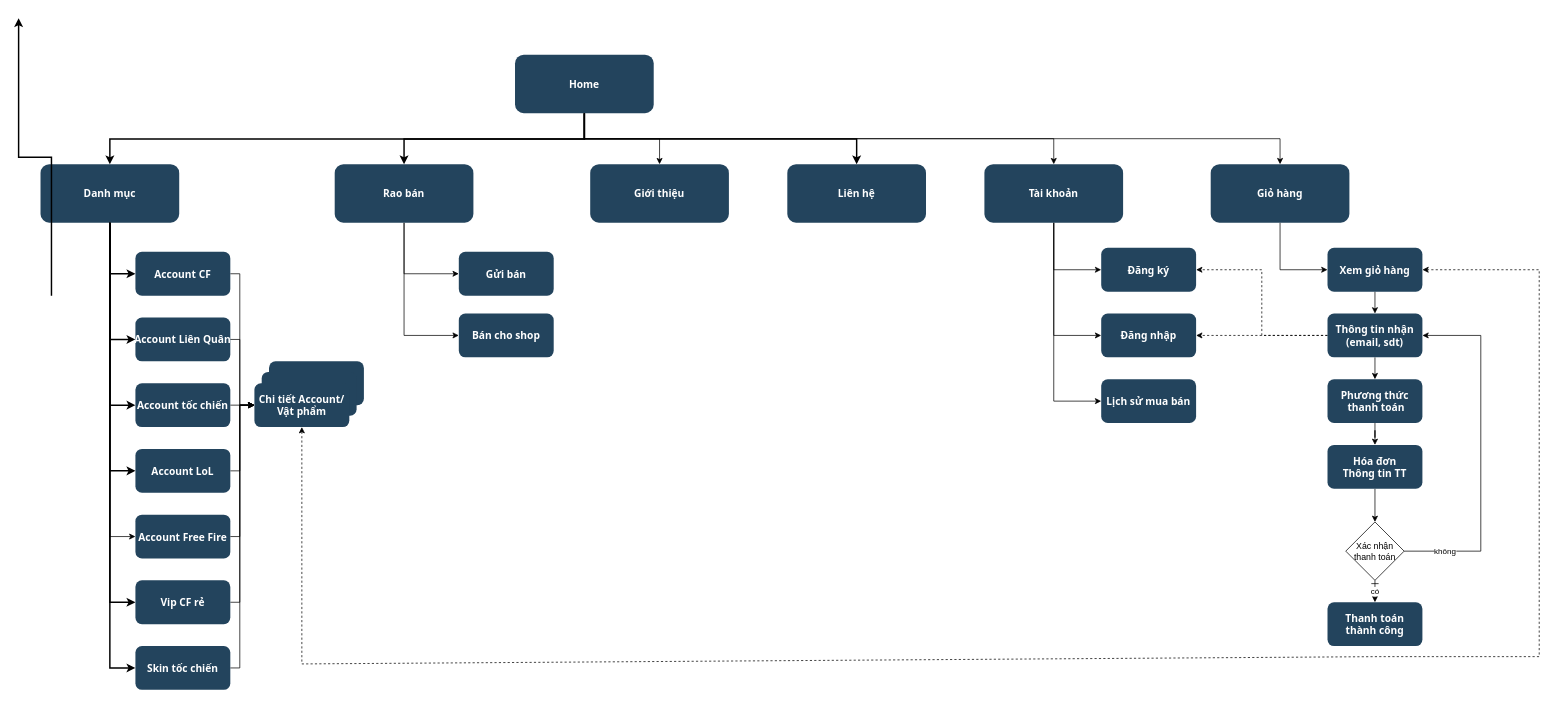
Before: Untitled Diagram.drawio in aaaahoang123/examjsf, a draw.io diagram. Source tidied: cells renumbered, new cells numbered last; positions are measured from the earlier drawing's top-left corner, leaving out a move shared by most shapes. Both pictures are drawn from the tidied source at 73%, with x=0, y=0 at pixel (18, 18).
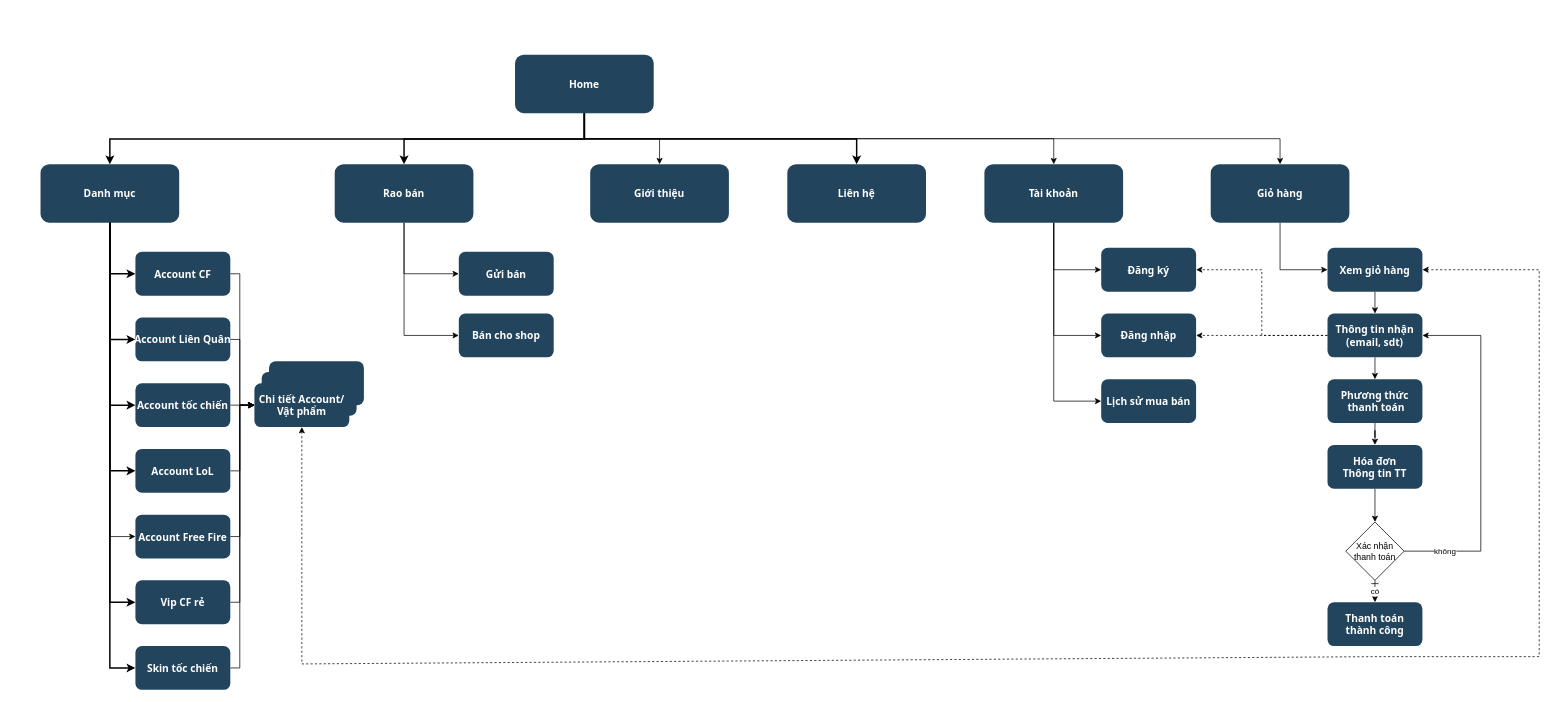
The same page after the edit.

The edit, as a diff of the source:
```diff
@@
-    <mxCell id="34" style="edgeStyle=elbowEdgeStyle;elbow=vertical;rounded=0;strokeWidth=2;" parent="1" edge="1">
-      <mxGeometry x="-23" y="135.5" as="geometry">
-        <mxPoint x="45" y="379.5" as="sourcePoint" />
-        <mxPoint y="-0.5" as="targetPoint" />
-      </mxGeometry>
-    </mxCell>
```
